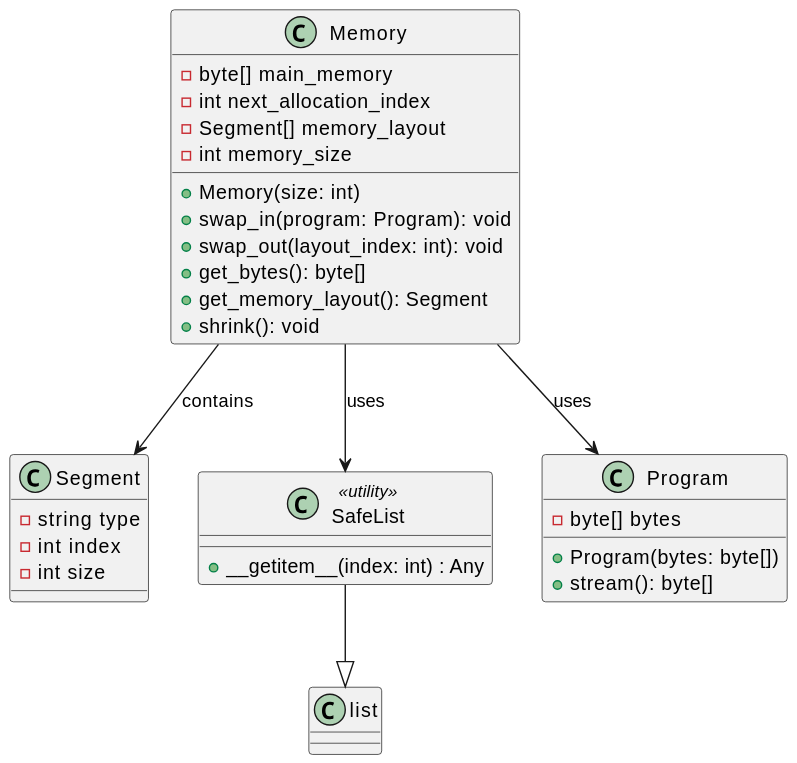
The PlantUML diagram out/schema/MEMSIM.svg in Caue-Aron/MEMSIM, before a commit.
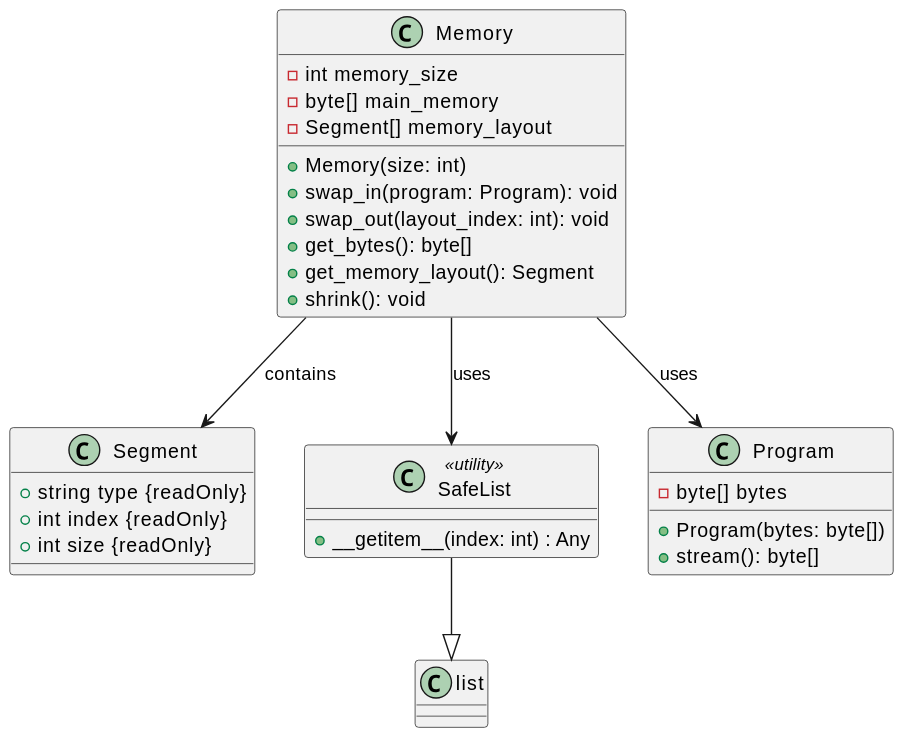
After the change.

Diff of the diagram source:
```diff
@@ -1,9 +1,8 @@
 @startuml
 class Memory {
+    - int memory_size
     - byte[] main_memory
-    - int next_allocation_index
     - Segment[] memory_layout
-    - int memory_size
 
     + Memory(size: int)
     + swap_in(program: Program): void
@@ -14,9 +13,9 @@
 }
 
 class Segment {
-    - string type
-    - int index
-    - int size
+    + string type {readOnly}
+    + int index {readOnly}
+    + int size {readOnly}
 }
 
 class SafeList <<utility>> {
```
